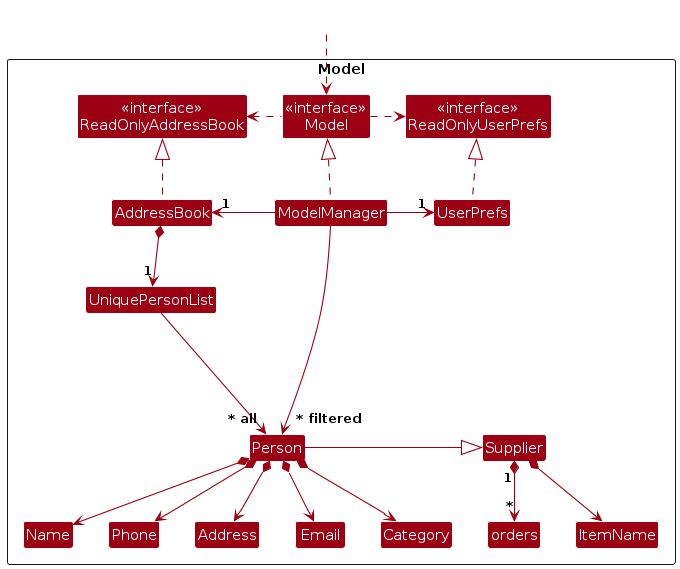
Before: diagrams/ModelClassDiagram.png, a diagram exported from PlantUML (AY2526S1-CS2103T-W12-2/tp). Its source is kept beside it as diagrams/ModelClassDiagram.puml. The source it was exported from:
```plantuml
@startuml
!include style.puml
skinparam arrowThickness 1.1
skinparam arrowColor MODEL_COLOR
skinparam classBackgroundColor MODEL_COLOR

Package Model as ModelPackage <<Rectangle>>{
Class "<<interface>>\nReadOnlyAddressBook" as ReadOnlyAddressBook
Class "<<interface>>\nReadOnlyUserPrefs" as ReadOnlyUserPrefs
Class "<<interface>>\nModel" as Model
Class AddressBook
Class ModelManager
Class UserPrefs

Class UniquePersonList
Class Person
Class Address
Class Email
Class Name
Class Phone
Class Category

Class Supplier
Class ItemName
Class orders

Class I #FFFFFF
}

Class HiddenOutside #FFFFFF
HiddenOutside ..> Model

AddressBook .up.|> ReadOnlyAddressBook

ModelManager .up.|> Model
Model .right.> ReadOnlyUserPrefs
Model .left.> ReadOnlyAddressBook
ModelManager -left-> "1" AddressBook
ModelManager -right-> "1" UserPrefs
UserPrefs .up.|> ReadOnlyUserPrefs

AddressBook *--> "1" UniquePersonList
UniquePersonList --> "~* all" Person
Person *--> Name
Person *--> Phone
Person *--> Email
Person *--> Address
Person *--> Category

Person -[hidden]up--> I
UniquePersonList -[hidden]right-> I

Person -|> Supplier
Supplier *--> ItemName
Supplier "1" *--> "*"orders

Name -[hidden]right-> Phone
Phone -[hidden]right-> Address
Address -[hidden]right-> Email

ModelManager --> "~* filtered" Person
@enduml
```
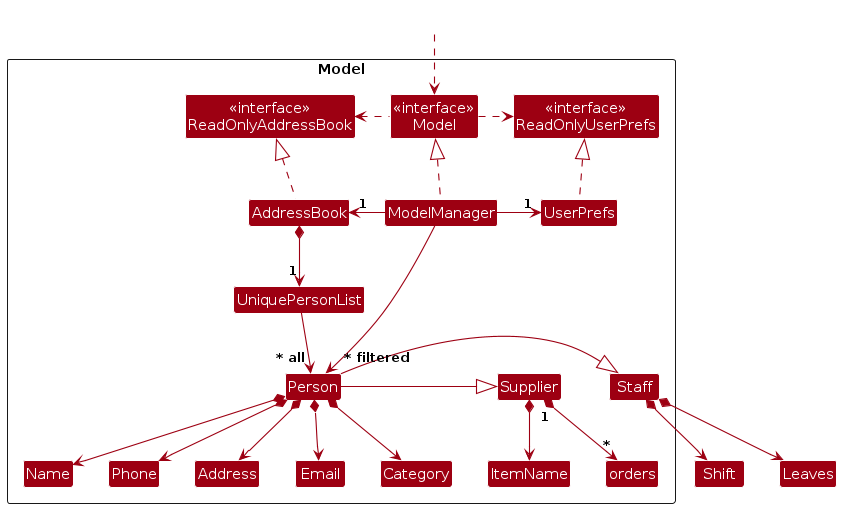
After the change.

What changed in the source:
```diff
@@ -14,12 +14,18 @@
 
 Class UniquePersonList
 Class Person
+Class Staff {
+- shift : Shift
+- numberOfLeaves : int
++ getShift() : Shift
++ addLeaves(int)
++ removeLeaves(int)
+}
 Class Address
 Class Email
 Class Name
 Class Phone
 Class Category
-
 Class Supplier
 Class ItemName
 Class orders
@@ -47,8 +53,11 @@
 Person *--> Address
 Person *--> Category
 
+Person -|> Staff
+Staff *--> Shift
+Staff *--> Leaves
 Person -[hidden]up--> I
-UniquePersonList -[hidden]right-> I
+UniquePersonList -[hidden]up-> I
 
 Person -|> Supplier
 Supplier *--> ItemName
```
